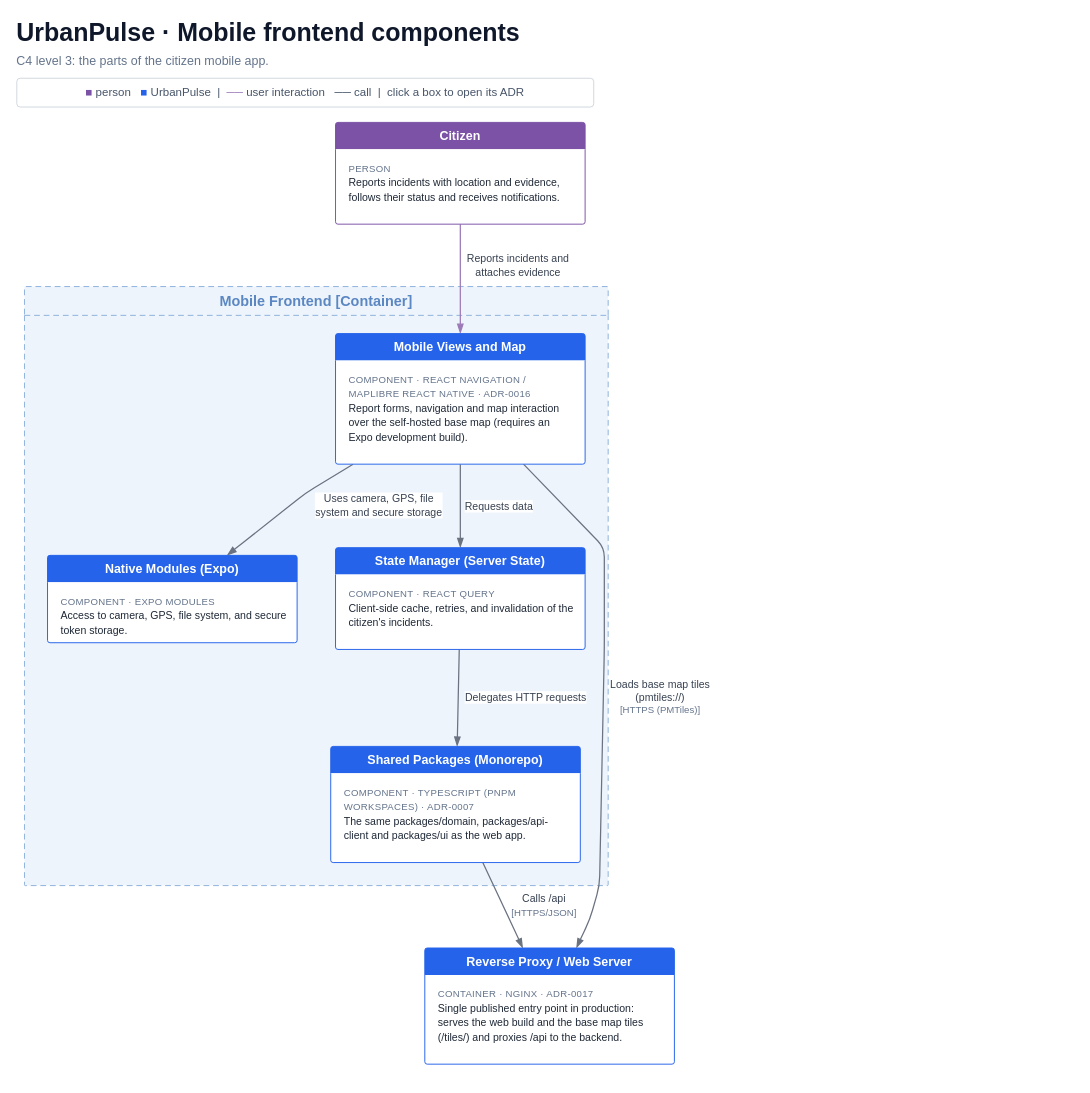
Dalibex/urban-incidence-manager keeps this draw.io diagram as page "5 · Mobile frontend components" (5 of 10) of docs/architecture/UrbanPulse-C4.drawio. Above is the earlier version. Source tidied: cells renumbered, new cells numbered last; positions are measured from the earlier drawing's top-left corner, leaving out a move shared by most shapes. Both pictures are drawn from the tidied source at 96%, with x=0, y=0 at pixel (16, 16).
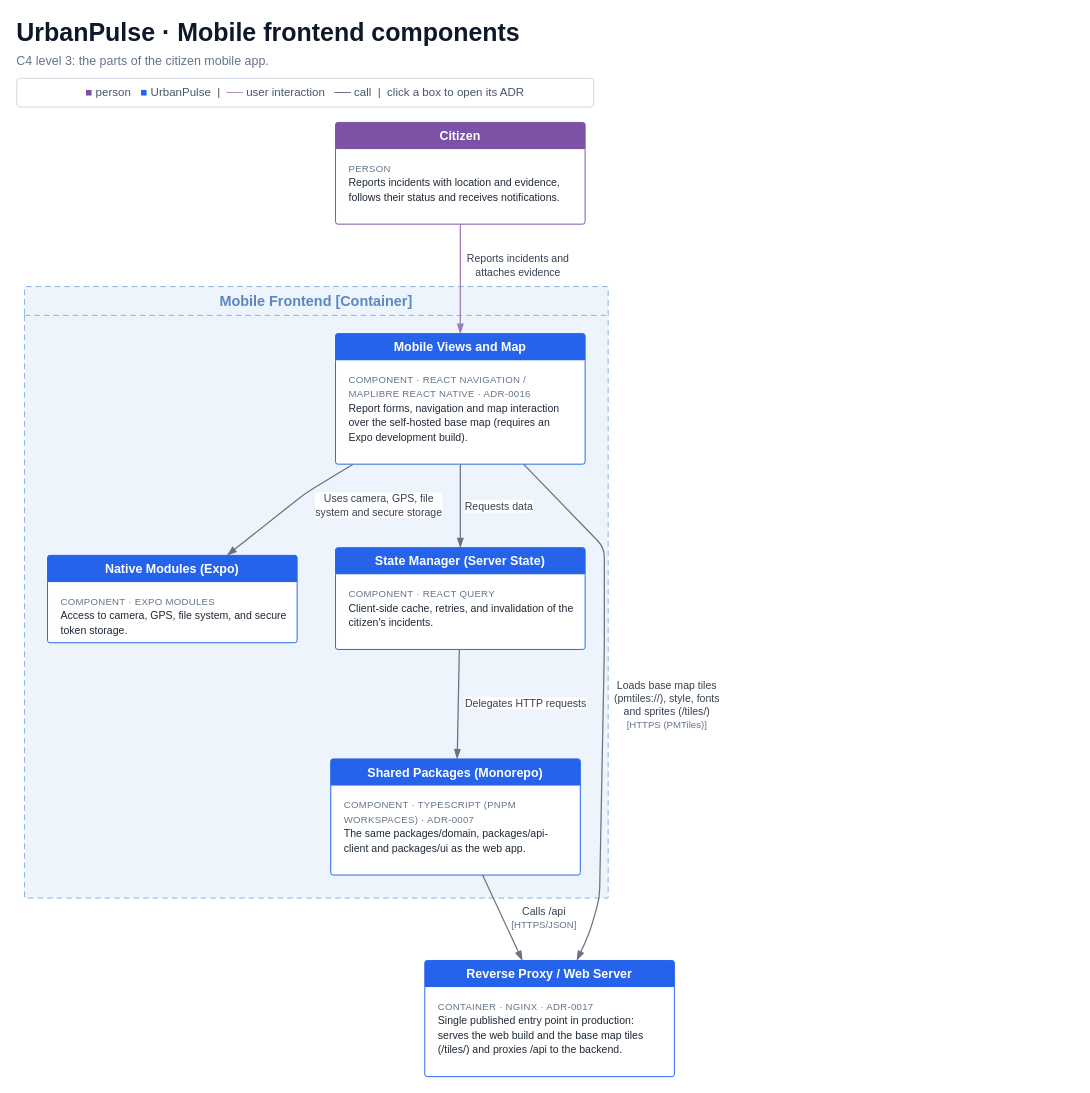
Above is the later version.

Unchanged cells that the change refers to:
```xml
<mxCell id="14" value="Mobile Views and Map" style="swimlane;html=1;whiteSpace=wrap;rounded=1;arcSize=3;startSize=28;fillColor=#2563eb;swimlaneFillColor=#FFFFFF;strokeColor=#2563eb;fontColor=#ffffff;fontFamily=Helvetica;fontSize=13;fontStyle=1;swimlaneLine=0;" parent="1" vertex="1">
  <mxGeometry x="332" y="330" width="260" height="136" as="geometry" />
</mxCell>
<mxCell id="18" value="State Manager (Server State)" style="swimlane;html=1;whiteSpace=wrap;rounded=1;arcSize=3;startSize=28;fillColor=#2563eb;swimlaneFillColor=#FFFFFF;strokeColor=#2563eb;fontColor=#ffffff;fontFamily=Helvetica;fontSize=13;fontStyle=1;swimlaneLine=0;" parent="1" vertex="1">
  <mxGeometry x="332" y="553" width="260" height="106" as="geometry" />
</mxCell>
```

The edit, as a diff of the source:
```diff
@@
     <mxCell id="5" value="Mobile Frontend  [Container]" style="swimlane;html=1;whiteSpace=wrap;rounded=1;arcSize=1;dashed=1;dashPattern=6 4;startSize=30;fillColor=#EDF4FC;swimlaneFillColor=#EDF4FC;strokeColor=#8DB0DB;fontColor=#5B87C2;fontFamily=Helvetica;fontSize=15;fontStyle=1;" parent="1" vertex="1">
-      <mxGeometry x="8" y="281" width="608" height="624" as="geometry" />
+      <mxGeometry x="8" y="281" width="608" height="637" as="geometry" />
     </mxCell>
@@
     <mxCell id="7" value="Calls /api&lt;br&gt;&lt;font style=&quot;font-size:10px&quot; color=&quot;#64748B&quot;&gt;[HTTPS/JSON]&lt;/font&gt;" style="edgeStyle=none;rounded=1;arcSize=20;html=1;strokeColor=#6b7280;strokeWidth=1.3;endArrow=blockThin;endFill=1;endSize=7;fontFamily=Helvetica;fontSize=11;fontColor=#374151;labelBackgroundColor=#FFFFFF;spacing=2;" parent="1" edge="1" source="20" target="22">
       <mxGeometry relative="1" as="geometry">
         <Array as="points">
-          <mxPoint x="522" y="959" />
+          <mxPoint x="522" y="973" />
         </Array>
         <mxPoint x="43" y="1" as="offset" />
       </mxGeometry>
     </mxCell>
-    <mxCell id="8" value="Loads base map tiles&lt;br&gt;(pmtiles://)&lt;br&gt;&lt;font style=&quot;font-size:10px&quot; color=&quot;#64748B&quot;&gt;[HTTPS (PMTiles)]&lt;/font&gt;" style="edgeStyle=none;rounded=1;arcSize=20;html=1;strokeColor=#6b7280;strokeWidth=1.3;endArrow=blockThin;endFill=1;endSize=7;fontFamily=Helvetica;fontSize=11;fontColor=#374151;labelBackgroundColor=#FFFFFF;spacing=2;" parent="1" edge="1" source="14" target="22">
+    <mxCell id="8" value="Loads base map tiles&lt;br&gt;(pmtiles://), style, fonts&lt;br&gt;and sprites (/tiles/)&lt;br&gt;&lt;font style=&quot;font-size:10px&quot; color=&quot;#64748B&quot;&gt;[HTTPS (PMTiles)]&lt;/font&gt;" style="edgeStyle=none;rounded=1;arcSize=20;html=1;strokeColor=#6b7280;strokeWidth=1.3;endArrow=blockThin;endFill=1;endSize=7;fontFamily=Helvetica;fontSize=11;fontColor=#374151;labelBackgroundColor=#FFFFFF;spacing=2;" parent="1" edge="1" source="14" target="22">
       <mxGeometry relative="1" as="geometry">
         <Array as="points">
           <mxPoint x="612" y="553" />
           <mxPoint x="612" y="659" />
-          <mxPoint x="607" y="905" />
-          <mxPoint x="597" y="940" />
-          <mxPoint x="588" y="959" />
+          <mxPoint x="607" y="918" />
+          <mxPoint x="597" y="953" />
+          <mxPoint x="588" y="973" />
         </Array>
-        <mxPoint x="59" y="6" as="offset" />
+        <mxPoint x="66" y="7" as="offset" />
       </mxGeometry>
     </mxCell>
@@
     <mxCell id="11" value="Delegates HTTP requests" style="edgeStyle=none;rounded=1;arcSize=20;html=1;strokeColor=#6b7280;strokeWidth=1.3;endArrow=blockThin;endFill=1;endSize=7;fontFamily=Helvetica;fontSize=11;fontColor=#374151;labelBackgroundColor=#FFFFFF;spacing=2;" parent="1" edge="1" source="18" target="20">
       <mxGeometry relative="1" as="geometry">
         <Array as="points">
-          <mxPoint x="459" y="748" />
+          <mxPoint x="459" y="761" />
         </Array>
         <mxPoint x="70" y="-1" as="offset" />
       </mxGeometry>
     </mxCell>
@@
     <mxCell id="20" value="Shared Packages (Monorepo)" style="swimlane;html=1;whiteSpace=wrap;rounded=1;arcSize=3;startSize=28;fillColor=#2563eb;swimlaneFillColor=#FFFFFF;strokeColor=#2563eb;fontColor=#ffffff;fontFamily=Helvetica;fontSize=13;fontStyle=1;swimlaneLine=0;" parent="1" vertex="1">
-      <mxGeometry x="327" y="760" width="260" height="121" as="geometry" />
+      <mxGeometry x="327" y="773" width="260" height="121" as="geometry" />
     </mxCell>
@@
     <mxCell id="22" value="Reverse Proxy / Web Server" style="swimlane;html=1;whiteSpace=wrap;rounded=1;arcSize=3;startSize=28;fillColor=#2563eb;swimlaneFillColor=#FFFFFF;strokeColor=#2563eb;fontColor=#ffffff;fontFamily=Helvetica;fontSize=13;fontStyle=1;swimlaneLine=0;" parent="1" vertex="1">
-      <mxGeometry x="425" y="970" width="260" height="121" as="geometry" />
+      <mxGeometry x="425" y="983" width="260" height="121" as="geometry" />
     </mxCell>
```
